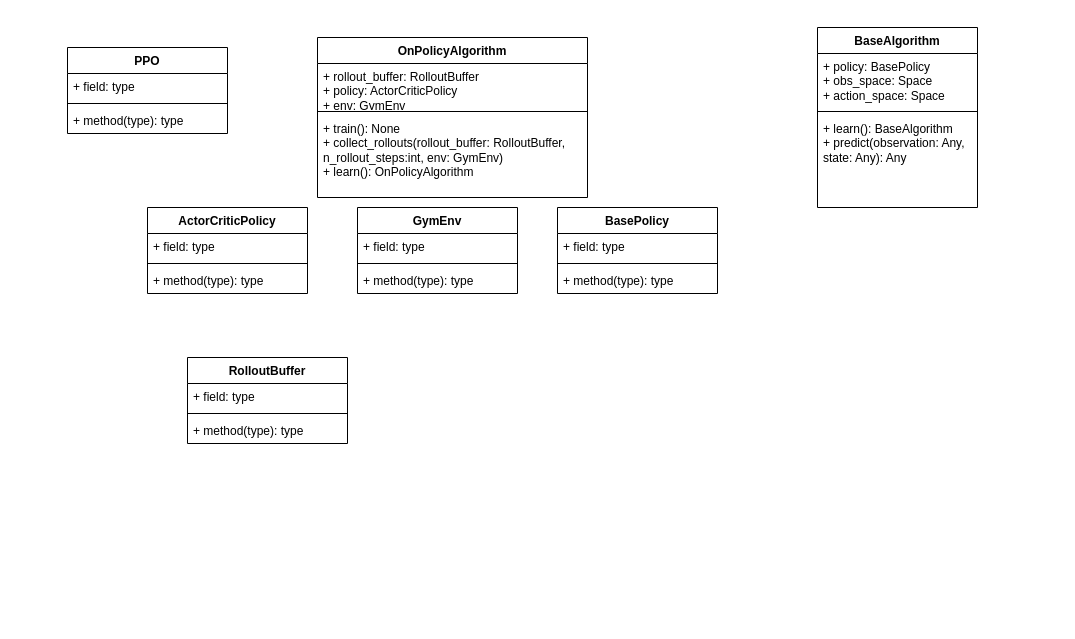
Before: lectures/Lecture_06/images/RLClassDiagram.drawio in aferdina/rlcoding-lecturenodes, a draw.io diagram. Source tidied: cells renumbered, new cells numbered last; positions are measured from the earlier drawing's top-left corner, leaving out a move shared by most shapes. Both pictures are drawn from the tidied source at 100%, with x=0, y=0 at pixel (67, 27).
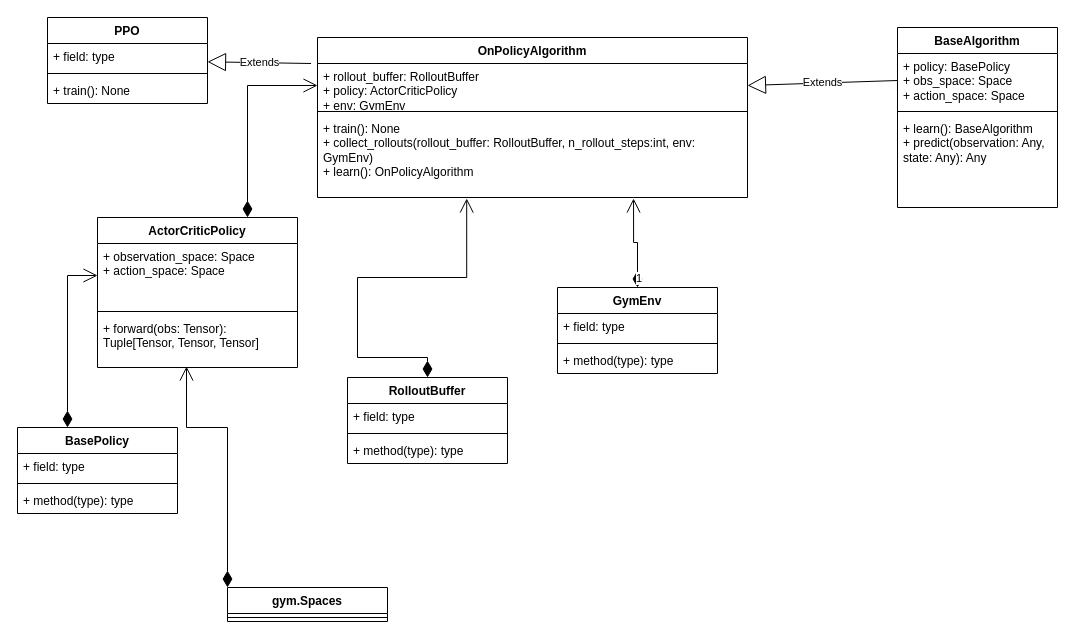
Above is the later version.

Commit message:
add class diagram

The change refers to these unchanged cells:
```xml
<mxCell id="19" value="+ policy: BasePolicy&lt;br&gt;+ obs_space: Space&lt;br&gt;+ action_space: Space" style="text;strokeColor=none;fillColor=none;align=left;verticalAlign=top;spacingLeft=4;spacingRight=4;overflow=hidden;points=[[0,0.5],[1,0.5]];portConstraint=eastwest;whiteSpace=wrap;html=1;" parent="18" vertex="1">
  <mxGeometry y="26" width="160" height="54" as="geometry" />
</mxCell>
```

Diff of the diagram source:
```diff
@@
     <mxCell id="2" value="PPO" style="swimlane;fontStyle=1;align=center;verticalAlign=top;horizontal=1;startSize=26;whiteSpace=wrap;html=1;" parent="1" vertex="1">
-      <mxGeometry y="20" width="160" height="86" as="geometry" />
+      <mxGeometry x="-20" y="-10" width="160" height="86" as="geometry" />
     </mxCell>
@@
-    <mxCell id="5" value="+ method(type): type" style="text;strokeColor=none;fillColor=none;align=left;verticalAlign=top;spacingLeft=4;spacingRight=4;overflow=hidden;whiteSpace=wrap;html=1;" parent="2" vertex="1">
+    <mxCell id="5" value="+ train(): None" style="text;strokeColor=none;fillColor=none;align=left;verticalAlign=top;spacingLeft=4;spacingRight=4;overflow=hidden;whiteSpace=wrap;html=1;" parent="2" vertex="1">
       <mxGeometry y="60" width="160" height="26" as="geometry" />
     </mxCell>
     <mxCell id="6" value="RolloutBuffer" style="swimlane;fontStyle=1;align=center;verticalAlign=top;horizontal=1;startSize=26;whiteSpace=wrap;html=1;" parent="1" vertex="1">
-      <mxGeometry x="120" y="330" width="160" height="86" as="geometry" />
+      <mxGeometry x="280" y="350" width="160" height="86" as="geometry" />
     </mxCell>
@@
+    <mxCell id="30" style="edgeStyle=orthogonalEdgeStyle;rounded=0;jettySize=auto;html=1;entryX=0;entryY=0.5;entryDx=0;entryDy=0;endArrow=open;align=left;verticalAlign=bottom;endSize=12;startArrow=diamondThin;startSize=14;startFill=1;" parent="1" edge="1" source="10" target="27">
+      <mxGeometry relative="1" as="geometry">
+        <Array as="points">
+          <mxPoint x="180" y="58" />
+        </Array>
+      </mxGeometry>
+    </mxCell>
     <mxCell id="10" value="ActorCriticPolicy" style="swimlane;fontStyle=1;align=center;verticalAlign=top;horizontal=1;startSize=26;whiteSpace=wrap;html=1;" parent="1" vertex="1">
-      <mxGeometry x="80" y="180" width="160" height="86" as="geometry" />
+      <mxGeometry x="30" y="190" width="200" height="150" as="geometry" />
     </mxCell>
-    <mxCell id="11" value="+ field: type" style="text;strokeColor=none;fillColor=none;align=left;verticalAlign=top;spacingLeft=4;spacingRight=4;overflow=hidden;points=[[0,0.5],[1,0.5]];portConstraint=eastwest;whiteSpace=wrap;html=1;" parent="10" vertex="1">
-      <mxGeometry y="26" width="160" height="26" as="geometry" />
+    <mxCell id="11" value="+ observation_space: Space&lt;br&gt;+ action_space: Space" style="text;strokeColor=none;fillColor=none;align=left;verticalAlign=top;spacingLeft=4;spacingRight=4;overflow=hidden;points=[[0,0.5],[1,0.5]];portConstraint=eastwest;whiteSpace=wrap;html=1;" parent="10" vertex="1">
+      <mxGeometry y="26" width="200" height="64" as="geometry" />
     </mxCell>
     <mxCell id="12" style="line;strokeWidth=1;fillColor=none;align=left;verticalAlign=middle;spacingTop=-1;spacingLeft=3;spacingRight=3;labelPosition=right;strokeColor=inherit;" parent="10" vertex="1">
-      <mxGeometry y="52" width="160" height="8" as="geometry" />
+      <mxGeometry y="90" width="200" height="8" as="geometry" />
     </mxCell>
-    <mxCell id="13" value="+ method(type): type" style="text;strokeColor=none;fillColor=none;align=left;verticalAlign=top;spacingLeft=4;spacingRight=4;overflow=hidden;points=[[0,0.5],[1,0.5]];portConstraint=eastwest;whiteSpace=wrap;html=1;" parent="10" vertex="1">
-      <mxGeometry y="60" width="160" height="26" as="geometry" />
+    <mxCell id="13" value="+ forward(obs: Tensor): Tuple[Tensor, Tensor, Tensor]" style="text;strokeColor=none;fillColor=none;align=left;verticalAlign=top;spacingLeft=4;spacingRight=4;overflow=hidden;points=[[0,0.5],[1,0.5]];portConstraint=eastwest;whiteSpace=wrap;html=1;" parent="10" vertex="1">
+      <mxGeometry y="98" width="200" height="52" as="geometry" />
     </mxCell>
     <mxCell id="14" value="GymEnv" style="swimlane;fontStyle=1;align=center;verticalAlign=top;horizontal=1;startSize=26;whiteSpace=wrap;html=1;" parent="1" vertex="1">
-      <mxGeometry x="290" y="180" width="160" height="86" as="geometry" />
+      <mxGeometry x="490" y="260" width="160" height="86" as="geometry" />
     </mxCell>
@@
     <mxCell id="18" value="BaseAlgorithm" style="swimlane;fontStyle=1;align=center;verticalAlign=top;horizontal=1;startSize=26;whiteSpace=wrap;html=1;" parent="1" vertex="1">
-      <mxGeometry x="750" width="160" height="180" as="geometry" />
+      <mxGeometry x="830" width="160" height="180" as="geometry" />
     </mxCell>
@@
+    <mxCell id="31" style="edgeStyle=orthogonalEdgeStyle;rounded=0;jettySize=auto;html=1;entryX=0;entryY=0.5;entryDx=0;entryDy=0;endArrow=open;align=left;verticalAlign=bottom;endSize=12;startArrow=diamondThin;startSize=14;startFill=1;" parent="1" edge="1" source="22" target="11">
+      <mxGeometry relative="1" as="geometry">
+        <Array as="points">
+          <mxPoint y="248" />
+        </Array>
+      </mxGeometry>
+    </mxCell>
     <mxCell id="22" value="BasePolicy" style="swimlane;fontStyle=1;align=center;verticalAlign=top;horizontal=1;startSize=26;whiteSpace=wrap;html=1;" parent="1" vertex="1">
-      <mxGeometry x="490" y="180" width="160" height="86" as="geometry" />
+      <mxGeometry x="-50" y="400" width="160" height="86" as="geometry" />
     </mxCell>
@@
     <mxCell id="26" value="OnPolicyAlgorithm" style="swimlane;fontStyle=1;align=center;verticalAlign=top;horizontal=1;startSize=26;whiteSpace=wrap;html=1;" parent="1" vertex="1">
-      <mxGeometry x="250" y="10" width="270" height="160" as="geometry" />
+      <mxGeometry x="250" y="10" width="430" height="160" as="geometry" />
     </mxCell>
     <mxCell id="27" value="+ rollout_buffer: RolloutBuffer&lt;br&gt;+ policy: ActorCriticPolicy&lt;br&gt;+ env: GymEnv" style="text;strokeColor=none;fillColor=none;align=left;verticalAlign=top;spacingLeft=4;spacingRight=4;overflow=hidden;points=[[0,0.5],[1,0.5]];portConstraint=eastwest;whiteSpace=wrap;html=1;" parent="26" vertex="1">
-      <mxGeometry y="26" width="270" height="44" as="geometry" />
+      <mxGeometry y="26" width="430" height="44" as="geometry" />
     </mxCell>
     <mxCell id="28" style="line;strokeWidth=1;fillColor=none;align=left;verticalAlign=middle;spacingTop=-1;spacingLeft=3;spacingRight=3;labelPosition=right;strokeColor=inherit;" parent="26" vertex="1">
-      <mxGeometry y="70" width="270" height="8" as="geometry" />
+      <mxGeometry y="70" width="430" height="8" as="geometry" />
     </mxCell>
     <mxCell id="29" value="+ train(): None&lt;br&gt;+ collect_rollouts(rollout_buffer: RolloutBuffer, n_rollout_steps:int, env: GymEnv)&lt;br&gt;+ learn(): OnPolicyAlgorithm" style="text;strokeColor=none;fillColor=none;align=left;verticalAlign=top;spacingLeft=4;spacingRight=4;overflow=hidden;points=[[0,0.5],[1,0.5]];portConstraint=eastwest;whiteSpace=wrap;html=1;" parent="26" vertex="1">
-      <mxGeometry y="78" width="270" height="82" as="geometry" />
+      <mxGeometry y="78" width="430" height="82" as="geometry" />
     </mxCell>
+    <mxCell id="32" value="Extends" style="endArrow=block;endSize=16;endFill=0;html=1;rounded=0;exitX=-0.015;exitY=0;exitDx=0;exitDy=0;exitPerimeter=0;" parent="1" edge="1" source="27" target="2">
+      <mxGeometry relative="1" as="geometry" />
+    </mxCell>
+    <mxCell id="33" value="Extends" style="endArrow=block;endSize=16;endFill=0;html=1;rounded=0;exitX=0;exitY=0.5;exitDx=0;exitDy=0;entryX=1;entryY=0.5;entryDx=0;entryDy=0;" parent="1" edge="1" source="19" target="27">
+      <mxGeometry relative="1" as="geometry" />
+    </mxCell>
+    <mxCell id="34" value="1" style="endArrow=open;html=1;endSize=12;startArrow=diamondThin;startSize=14;startFill=1;edgeStyle=orthogonalEdgeStyle;align=left;verticalAlign=bottom;rounded=0;exitX=0.5;exitY=0;exitDx=0;exitDy=0;entryX=0.735;entryY=1.012;entryDx=0;entryDy=0;entryPerimeter=0;" parent="1" edge="1" source="14" target="29">
+      <mxGeometry x="-1" y="3" relative="1" as="geometry" />
+    </mxCell>
+    <mxCell id="35" style="edgeStyle=orthogonalEdgeStyle;rounded=0;jettySize=auto;html=1;exitX=0.5;exitY=0;exitDx=0;exitDy=0;entryX=0.347;entryY=1.012;entryDx=0;entryDy=0;entryPerimeter=0;endArrow=open;align=left;verticalAlign=bottom;endSize=12;startArrow=diamondThin;startSize=14;startFill=1;" parent="1" edge="1" source="6" target="29">
+      <mxGeometry relative="1" as="geometry">
+        <Array as="points">
+          <mxPoint x="290" y="330" />
+          <mxPoint x="290" y="250" />
+          <mxPoint x="399" y="250" />
+        </Array>
+      </mxGeometry>
+    </mxCell>
+    <mxCell id="36" value="gym.Spaces" style="swimlane;fontStyle=1;align=center;verticalAlign=top;horizontal=1;startSize=26;whiteSpace=wrap;html=1;" parent="1" vertex="1">
+      <mxGeometry x="160" y="560" width="160" height="34" as="geometry" />
+    </mxCell>
+    <mxCell id="37" style="line;strokeWidth=1;fillColor=none;align=left;verticalAlign=middle;spacingTop=-1;spacingLeft=3;spacingRight=3;labelPosition=right;strokeColor=inherit;" parent="36" vertex="1">
+      <mxGeometry y="26" width="160" height="8" as="geometry" />
+    </mxCell>
+    <mxCell id="38" style="edgeStyle=orthogonalEdgeStyle;rounded=0;jettySize=auto;html=1;entryX=0.445;entryY=0.981;entryDx=0;entryDy=0;entryPerimeter=0;endArrow=open;align=left;verticalAlign=bottom;endSize=12;startArrow=diamondThin;startSize=14;startFill=1;" parent="1" edge="1" source="36" target="13">
+      <mxGeometry relative="1" as="geometry">
+        <Array as="points">
+          <mxPoint x="160" y="400" />
+          <mxPoint x="119" y="400" />
+        </Array>
+      </mxGeometry>
+    </mxCell>
```
